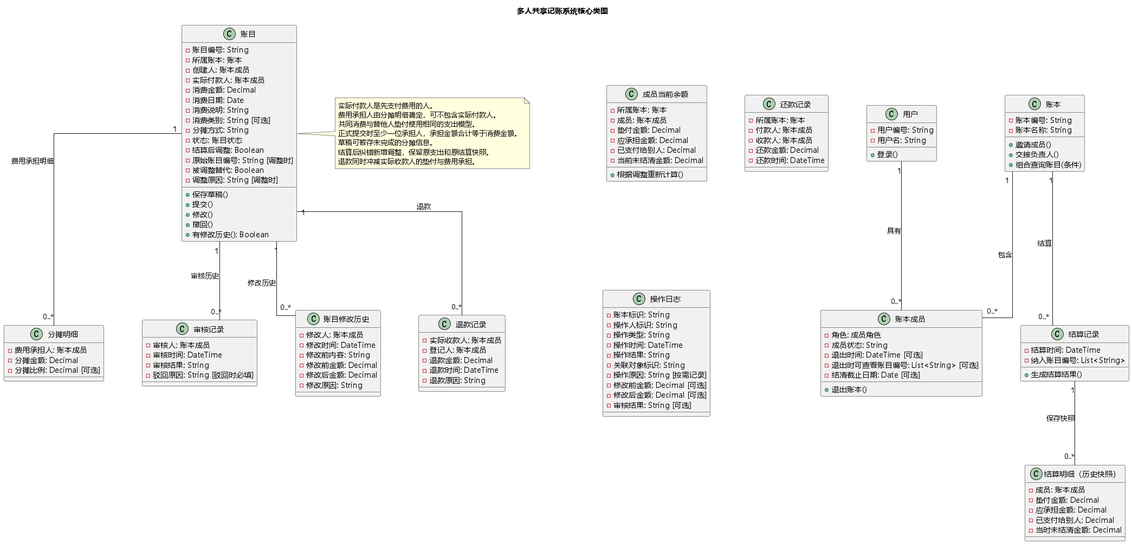
mengluoxingchen/SoftwareProject-lab1 keeps this PlantUML diagram as lab3/UML/UML类图.png. Above is the earlier version.
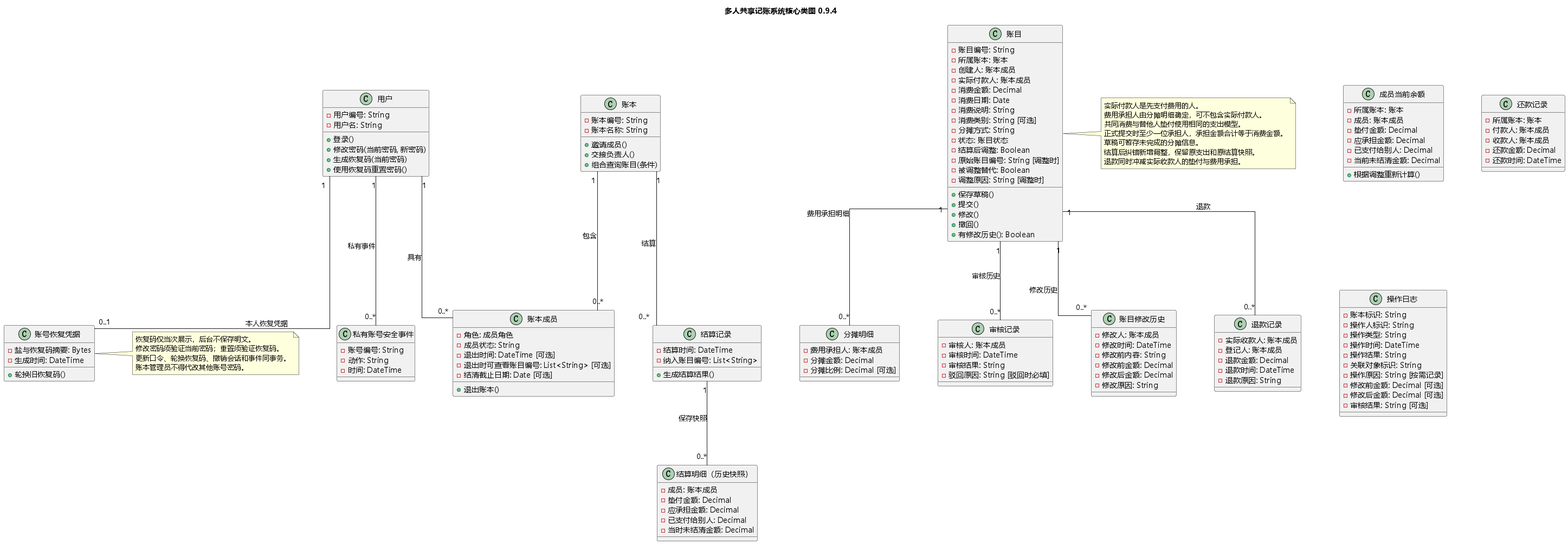
After the commit.

What changed in the source:
```diff
@@ -5,11 +5,14 @@
 skinparam nodesep 70
 skinparam ranksep 90
 skinparam defaultFontName Microsoft YaHei
-title 多人共享记账系统核心类图
+title 多人共享记账系统核心类图 0.9.4
 class "用户" as User {
   - 用户编号: String
   - 用户名: String
   + 登录()
+  + 修改密码(当前密码, 新密码)
+  + 生成恢复码(当前密码)
+  + 使用恢复码重置密码()
 }
 
 class "账本" as Ledger {
@@ -126,6 +129,24 @@
   - 审核结果: String [可选]
 }
 
+class "账号恢复凭据" as AccountRecovery {
+  - 盐与恢复码摘要: Bytes
+  - 生成时间: DateTime
+  + 轮换旧恢复码()
+}
+class "私有账号安全事件" as SecurityEvent {
+  - 账号编号: String
+  - 动作: String
+  - 时间: DateTime
+}
+User "1" -- "0..1" AccountRecovery : 本人恢复凭据
+User "1" -- "0..*" SecurityEvent : 私有事件
+note right of AccountRecovery
+  恢复码仅当次展示，后台不保存明文。
+  修改密码须验证当前密码；重置须验证恢复码。
+  更新口令、轮换恢复码、撤销会话和事件同事务。
+  账本管理员不得代改其他账号密码。
+end note
 User "1" -- "0..*" Membership : 具有
 Ledger "1" -- "0..*" Membership : 包含
 Expense "1" -- "0..*" Share : 费用承担明细
```
